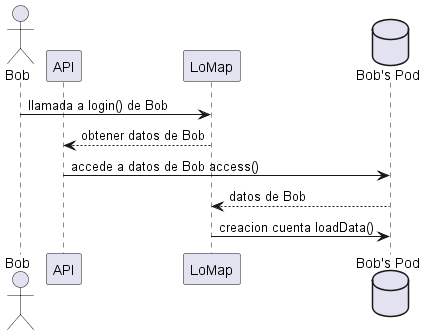
Earlier version of the PlantUML export images/Login.png (Arquisoft/lomap_es5b).
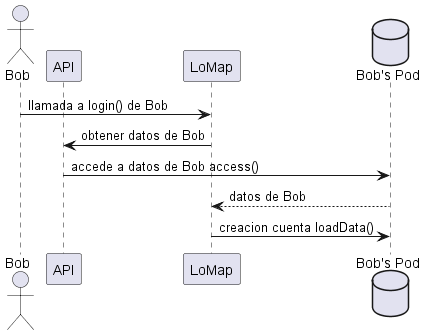
After the change.

The edit, as a diff of the source:
```diff
@@ -4,7 +4,7 @@
 participant LoMap
 database Pod as "Bob's Pod"
 Bob -> LoMap: llamada a login() de Bob
-LoMap --> API: obtener datos de Bob
+LoMap -> API: obtener datos de Bob
 API -> Pod: accede a datos de Bob access()
 Pod --> LoMap: datos de Bob
 LoMap -> Pod: creacion cuenta loadData()
```
